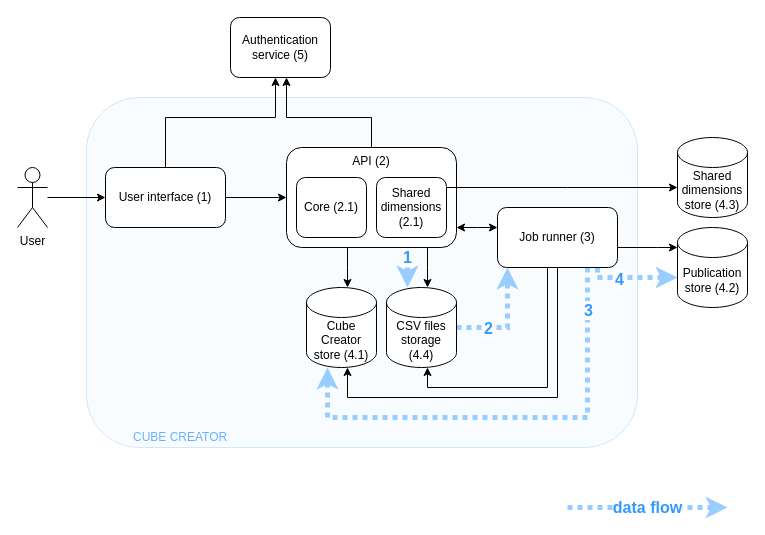
Before: docs/high-level-architecture.drawio in zazuko/cube-creator, a draw.io diagram. Source tidied: cells renumbered, new cells numbered last; positions are measured from the earlier drawing's top-left corner, leaving out a move shared by most shapes. Both pictures are drawn from the tidied source at 100%, with x=0, y=0 at pixel (17, 17).
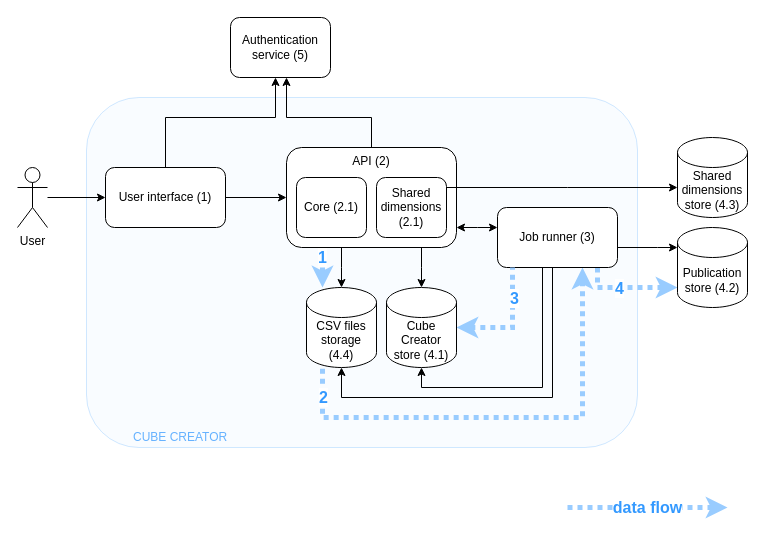
The same diagram, later.

Commit message (it also covers changes not shown here):
chore: improve data flow arrows

Unchanged cells that the change refers to:
```xml
<mxCell id="14" value="Job runner (3)" style="rounded=1;whiteSpace=wrap;html=1;" parent="1" vertex="1">
  <mxGeometry x="480" y="190" width="120" height="60" as="geometry" />
</mxCell>
<mxCell id="19" value="Publication store (4.2)" style="shape=cylinder3;whiteSpace=wrap;html=1;boundedLbl=1;backgroundOutline=1;size=15;" parent="1" vertex="1">
  <mxGeometry x="660" y="210" width="70" height="80" as="geometry" />
</mxCell>
<mxCell id="25" value="API (2)" style="rounded=1;whiteSpace=wrap;html=1;verticalAlign=top;" parent="1" vertex="1">
  <mxGeometry x="269" y="130" width="170" height="100" as="geometry" />
</mxCell>
```

The edit, as a diff of the source:
```diff
@@
     <mxCell id="8" style="edgeStyle=orthogonalEdgeStyle;rounded=0;jettySize=auto;html=1;startArrow=none;startFill=0;" parent="1" edge="1" source="14" target="31">
       <mxGeometry relative="1" as="geometry">
         <Array as="points">
-          <mxPoint x="530" y="370" />
-          <mxPoint x="410" y="370" />
+          <mxPoint x="525" y="370" />
+          <mxPoint x="404" y="370" />
         </Array>
       </mxGeometry>
     </mxCell>
     <mxCell id="9" style="edgeStyle=orthogonalEdgeStyle;rounded=0;jettySize=auto;html=1;startArrow=none;startFill=0;" parent="1" edge="1" source="14" target="18">
       <mxGeometry relative="1" as="geometry">
         <Array as="points">
-          <mxPoint x="540" y="380" />
-          <mxPoint x="330" y="380" />
+          <mxPoint x="535" y="380" />
+          <mxPoint x="324" y="380" />
         </Array>
       </mxGeometry>
     </mxCell>
-    <mxCell id="10" style="edgeStyle=orthogonalEdgeStyle;rounded=0;jettySize=auto;html=1;dashed=1;startArrow=none;startFill=0;strokeWidth=5;strokeColor=#99CCFF;dashPattern=1 1;" parent="1" edge="1" source="14" target="18">
+    <mxCell id="10" style="edgeStyle=orthogonalEdgeStyle;rounded=0;jettySize=auto;html=1;dashed=1;startArrow=classic;startFill=1;strokeWidth=5;strokeColor=#99CCFF;dashPattern=1 1;endArrow=none;endFill=0;" parent="1" edge="1" source="14" target="18">
       <mxGeometry relative="1" as="geometry">
         <Array as="points">
-          <mxPoint x="570" y="400" />
-          <mxPoint x="310" y="400" />
+          <mxPoint x="565" y="400" />
+          <mxPoint x="305" y="400" />
         </Array>
       </mxGeometry>
     </mxCell>
-    <mxCell id="11" value="3" style="edgeLabel;html=1;align=center;verticalAlign=middle;fontSize=16;fontColor=#3399FF;fontStyle=1;rotation=0;" parent="10" vertex="1">
+    <mxCell id="11" value="2" style="edgeLabel;html=1;align=center;verticalAlign=middle;fontSize=16;fontColor=#3399FF;fontStyle=1;rotation=0;" parent="10" vertex="1">
       <mxGeometry x="-0.36" y="-3" relative="1" as="geometry">
-        <mxPoint x="3" y="-105" as="offset" />
+        <mxPoint x="-257" y="-18" as="offset" />
       </mxGeometry>
     </mxCell>
     <mxCell id="12" style="edgeStyle=orthogonalEdgeStyle;rounded=0;jettySize=auto;html=1;dashed=1;startArrow=none;startFill=0;strokeWidth=5;strokeColor=#99CCFF;dashPattern=1 1;" parent="1" edge="1" source="14" target="19">
       <mxGeometry relative="1" as="geometry">
         <Array as="points">
-          <mxPoint x="580" y="260" />
+          <mxPoint x="580" y="270" />
         </Array>
       </mxGeometry>
     </mxCell>
     <mxCell id="13" value="4" style="edgeLabel;html=1;align=center;verticalAlign=middle;fontSize=16;fontColor=#3399FF;fontStyle=1;" parent="12" vertex="1">
       <mxGeometry x="-0.01" y="-1" relative="1" as="geometry">
-        <mxPoint x="-14" as="offset" />
+        <mxPoint x="-9" y="-1" as="offset" />
       </mxGeometry>
     </mxCell>
@@
-    <mxCell id="18" value="Cube Creator store (4.1)" style="shape=cylinder3;whiteSpace=wrap;html=1;boundedLbl=1;backgroundOutline=1;size=15;" parent="1" vertex="1">
+    <mxCell id="18" value="CSV files storage (4.4)" style="shape=cylinder3;whiteSpace=wrap;html=1;boundedLbl=1;backgroundOutline=1;size=15;" parent="1" vertex="1">
       <mxGeometry x="289" y="270" width="70" height="80" as="geometry" />
     </mxCell>
@@
     <mxCell id="21" style="edgeStyle=orthogonalEdgeStyle;rounded=0;jettySize=auto;html=1;" parent="1" edge="1" source="25" target="18">
       <mxGeometry relative="1" as="geometry">
         <Array as="points">
-          <mxPoint x="330" y="250" />
-          <mxPoint x="330" y="250" />
+          <mxPoint x="324" y="250" />
+          <mxPoint x="324" y="250" />
         </Array>
       </mxGeometry>
     </mxCell>
     <mxCell id="22" style="edgeStyle=orthogonalEdgeStyle;rounded=0;jettySize=auto;html=1;" parent="1" edge="1" source="25" target="31">
       <mxGeometry relative="1" as="geometry">
         <Array as="points">
-          <mxPoint x="410" y="250" />
-          <mxPoint x="410" y="250" />
+          <mxPoint x="404" y="250" />
+          <mxPoint x="404" y="250" />
         </Array>
       </mxGeometry>
     </mxCell>
@@
-    <mxCell id="24" value="1" style="edgeStyle=orthogonalEdgeStyle;rounded=0;jettySize=auto;html=1;startArrow=none;startFill=0;dashed=1;strokeWidth=5;fontStyle=1;fontSize=16;fontColor=#3399FF;strokeColor=#99CCFF;dashPattern=1 1;" parent="1" edge="1" source="25" target="31">
+    <mxCell id="24" value="1" style="edgeStyle=orthogonalEdgeStyle;rounded=0;jettySize=auto;html=1;startArrow=none;startFill=0;dashed=1;strokeWidth=5;fontStyle=1;fontSize=16;fontColor=#3399FF;strokeColor=#99CCFF;dashPattern=1 1;" parent="1" edge="1" source="25" target="18">
       <mxGeometry x="-0.5" relative="1" as="geometry">
         <Array as="points">
-          <mxPoint x="390" y="240" />
-          <mxPoint x="390" y="240" />
+          <mxPoint x="305" y="250" />
+          <mxPoint x="305" y="250" />
         </Array>
       </mxGeometry>
     </mxCell>
@@
-    <mxCell id="29" style="edgeStyle=orthogonalEdgeStyle;rounded=0;jettySize=auto;html=1;dashed=1;startArrow=none;startFill=0;strokeWidth=5;strokeColor=#99CCFF;dashPattern=1 1;" parent="1" edge="1" source="31" target="14">
+    <mxCell id="29" style="edgeStyle=orthogonalEdgeStyle;rounded=0;jettySize=auto;html=1;dashed=1;startArrow=classic;startFill=1;strokeWidth=5;strokeColor=#99CCFF;dashPattern=1 1;endArrow=none;endFill=0;" parent="1" edge="1" source="31" target="14">
       <mxGeometry relative="1" as="geometry">
         <Array as="points">
-          <mxPoint x="490" y="310" />
+          <mxPoint x="495" y="310" />
         </Array>
       </mxGeometry>
     </mxCell>
-    <mxCell id="30" value="2" style="edgeLabel;html=1;align=center;verticalAlign=middle;fontSize=16;fontColor=#3399FF;fontStyle=1;" parent="29" vertex="1">
+    <mxCell id="30" value="3" style="edgeLabel;html=1;align=center;verticalAlign=middle;fontSize=16;fontColor=#3399FF;fontStyle=1;" parent="29" vertex="1">
       <mxGeometry x="-0.66" y="-2" relative="1" as="geometry">
-        <mxPoint x="12" y="-2" as="offset" />
+        <mxPoint x="37" y="-32" as="offset" />
       </mxGeometry>
     </mxCell>
-    <mxCell id="31" value="CSV files storage (4.4)" style="shape=cylinder3;whiteSpace=wrap;html=1;boundedLbl=1;backgroundOutline=1;size=15;" parent="1" vertex="1">
+    <mxCell id="31" value="Cube Creator store (4.1)" style="shape=cylinder3;whiteSpace=wrap;html=1;boundedLbl=1;backgroundOutline=1;size=15;" parent="1" vertex="1">
       <mxGeometry x="369" y="270" width="70" height="80" as="geometry" />
     </mxCell>
```
